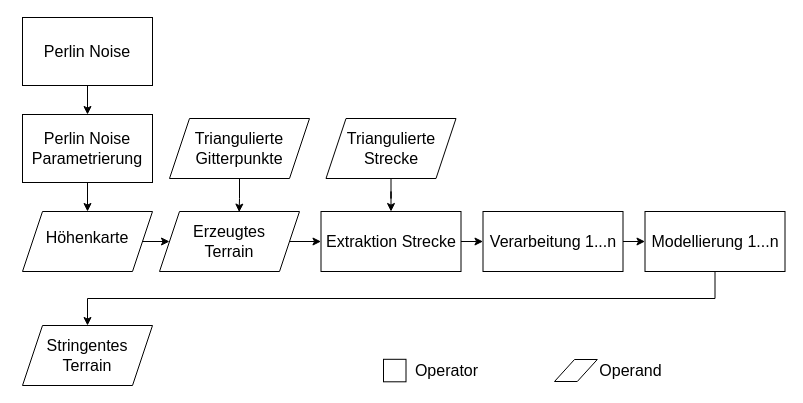
IMGSaibh/Links keeps this draw.io diagram as page "Page-10" (9 of 9) of Untitled Diagram.drawio. Above is the earlier version. Source tidied: cells renumbered, new cells numbered last; positions are measured from the earlier drawing's top-left corner, leaving out a move shared by most shapes. Both pictures are drawn from the tidied source at 100%, with x=0, y=0 at pixel (22, 17).
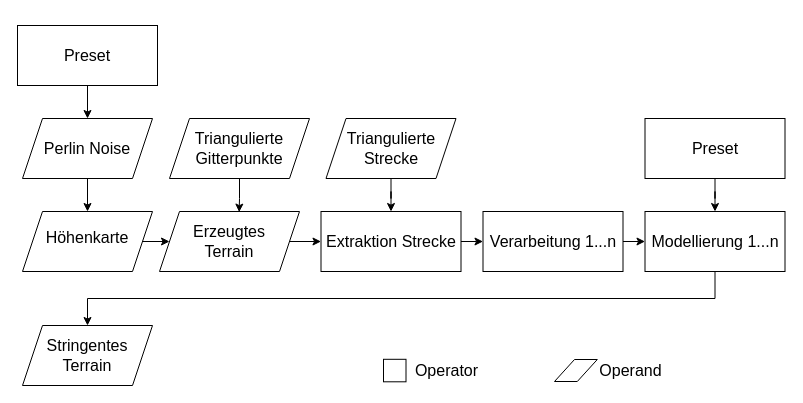
Above is the later version.

The change refers to these unchanged cells:
```xml
<mxCell id="7" value="&lt;p style=&quot;margin-bottom: 0cm; line-height: 100%; font-size: 16px;&quot;&gt;&lt;font style=&quot;font-size: 16px;&quot;&gt;&lt;br&gt;Höhenkarte&lt;br&gt;&lt;/font&gt;&lt;/p&gt;&lt;font style=&quot;font-size: 16px;&quot;&gt;&lt;br&gt;&lt;br&gt;&lt;/font&gt;" style="shape=parallelogram;perimeter=parallelogramPerimeter;whiteSpace=wrap;html=1;fixedSize=1;fontSize=16;fillColor=none;" parent="1" vertex="1">
  <mxGeometry y="194" width="130" height="60" as="geometry" />
</mxCell>
<mxCell id="14" value="&lt;font style=&quot;font-size: 16px;&quot;&gt;Modellierung&lt;/font&gt;&lt;font style=&quot;font-size: 16px;&quot;&gt; 1...n&lt;br&gt;&lt;/font&gt;" style="text;html=1;strokeColor=default;fillColor=none;align=center;verticalAlign=middle;whiteSpace=wrap;rounded=0;" parent="1" vertex="1">
  <mxGeometry x="622.5" y="194" width="140" height="60" as="geometry" />
</mxCell>
```

Diff of the diagram source:
```diff
@@
-    <mxCell id="3" value="&lt;font style=&quot;font-size: 16px;&quot;&gt;&lt;font style=&quot;font-size: 16px;&quot;&gt;Perlin Noise&lt;/font&gt;&lt;/font&gt;" style="text;html=1;strokeColor=default;fillColor=none;align=center;verticalAlign=middle;whiteSpace=wrap;rounded=0;" parent="1" vertex="1">
-      <mxGeometry width="130" height="68" as="geometry" />
-    </mxCell>
-    <mxCell id="4" value="&lt;font style=&quot;font-size: 16px;&quot;&gt;&lt;font style=&quot;font-size: 16px;&quot;&gt;Perlin Noise Parametrierung&lt;/font&gt;&lt;br&gt;&lt;/font&gt;" style="text;html=1;strokeColor=default;fillColor=none;align=center;verticalAlign=middle;whiteSpace=wrap;rounded=0;" parent="1" vertex="1">
-      <mxGeometry y="97" width="130" height="68" as="geometry" />
-    </mxCell>
-    <mxCell id="5" style="edgeStyle=orthogonalEdgeStyle;rounded=0;jettySize=auto;html=1;entryX=0.5;entryY=0;entryDx=0;entryDy=0;fontSize=16;strokeWidth=1;" parent="1" edge="1" source="3" target="4">
-      <mxGeometry relative="1" as="geometry" />
-    </mxCell>
@@
-    <mxCell id="8" style="edgeStyle=orthogonalEdgeStyle;rounded=0;jettySize=auto;html=1;entryX=0.5;entryY=0;entryDx=0;entryDy=0;fontSize=16;strokeWidth=1;" parent="1" edge="1" source="4" target="7">
-      <mxGeometry relative="1" as="geometry" />
-    </mxCell>
@@
+    <mxCell id="25" style="edgeStyle=orthogonalEdgeStyle;rounded=0;jettySize=auto;html=1;entryX=0.5;entryY=0;entryDx=0;entryDy=0;fontSize=16;" parent="1" edge="1" source="26" target="3">
+      <mxGeometry relative="1" as="geometry" />
+    </mxCell>
+    <mxCell id="26" value="&lt;font style=&quot;font-size: 16px;&quot;&gt;Preset&lt;/font&gt;" style="text;html=1;strokeColor=default;fillColor=none;align=center;verticalAlign=middle;whiteSpace=wrap;rounded=0;" parent="1" vertex="1">
+      <mxGeometry x="-5" y="8" width="140" height="60" as="geometry" />
+    </mxCell>
+    <mxCell id="27" style="edgeStyle=orthogonalEdgeStyle;rounded=0;jettySize=auto;html=1;entryX=0.5;entryY=0;entryDx=0;entryDy=0;fontSize=16;" parent="1" edge="1" source="3" target="7">
+      <mxGeometry relative="1" as="geometry" />
+    </mxCell>
+    <mxCell id="3" value="Perlin Noise" style="shape=parallelogram;perimeter=parallelogramPerimeter;whiteSpace=wrap;html=1;fixedSize=1;fontSize=16;fillColor=none;" parent="1" vertex="1">
+      <mxGeometry y="101" width="130" height="60" as="geometry" />
+    </mxCell>
+    <mxCell id="28" style="edgeStyle=orthogonalEdgeStyle;rounded=0;jettySize=auto;html=1;entryX=0.5;entryY=0;entryDx=0;entryDy=0;fontSize=16;" parent="1" edge="1" source="29" target="14">
+      <mxGeometry relative="1" as="geometry" />
+    </mxCell>
+    <mxCell id="29" value="&lt;font style=&quot;font-size: 16px;&quot;&gt;Preset&lt;/font&gt;" style="text;html=1;strokeColor=default;fillColor=none;align=center;verticalAlign=middle;whiteSpace=wrap;rounded=0;" parent="1" vertex="1">
+      <mxGeometry x="622.5" y="101" width="140" height="60" as="geometry" />
+    </mxCell>
```
